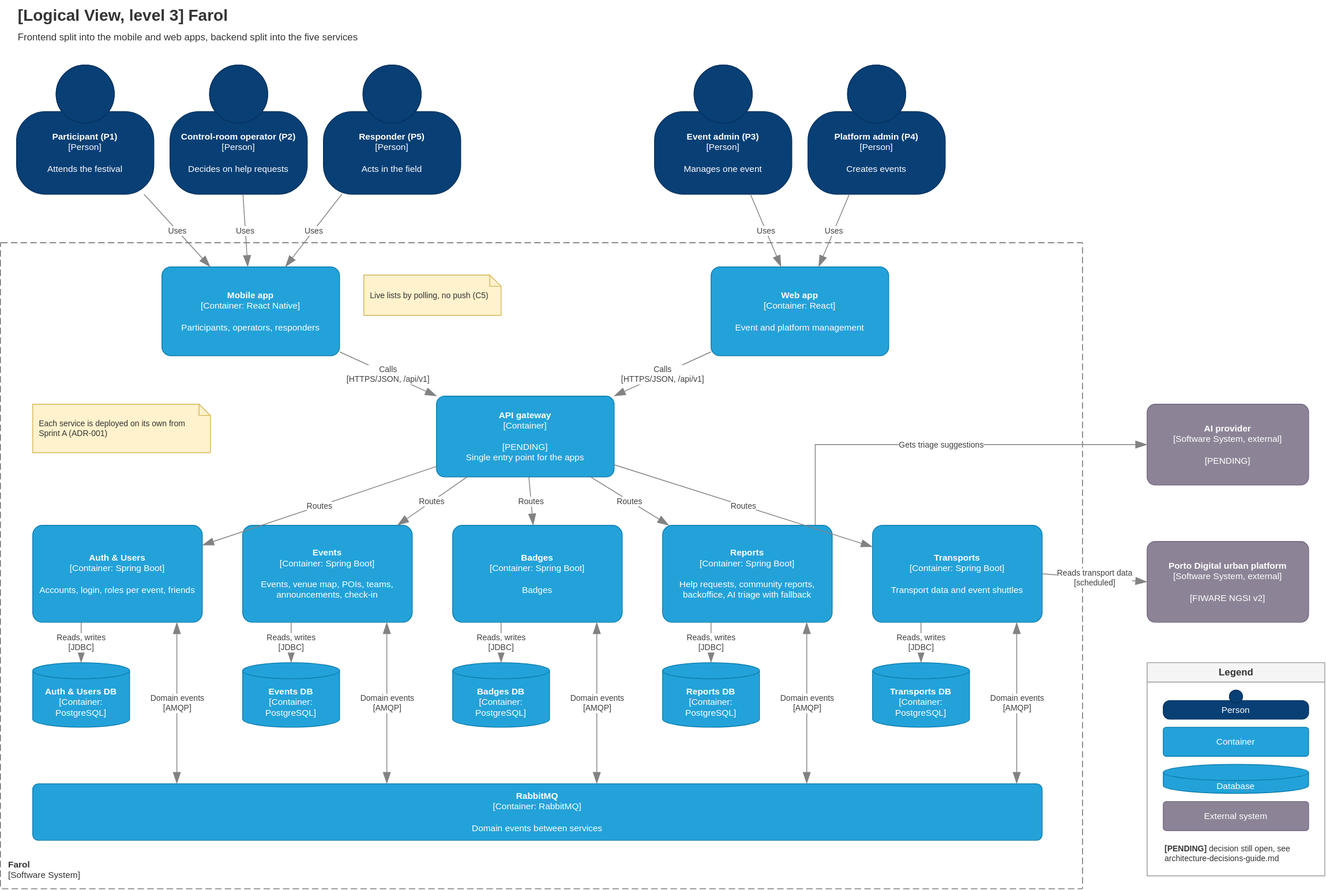
Earlier version of the draw.io export Docs/Technical/diagrams/logical-view-level-3.drawio.svg (tomasoliveira21/LABDSOF). Source tidied: cells renumbered, new cells last; positions are measured from the earlier drawing's top-left corner, leaving out a move shared by most shapes.
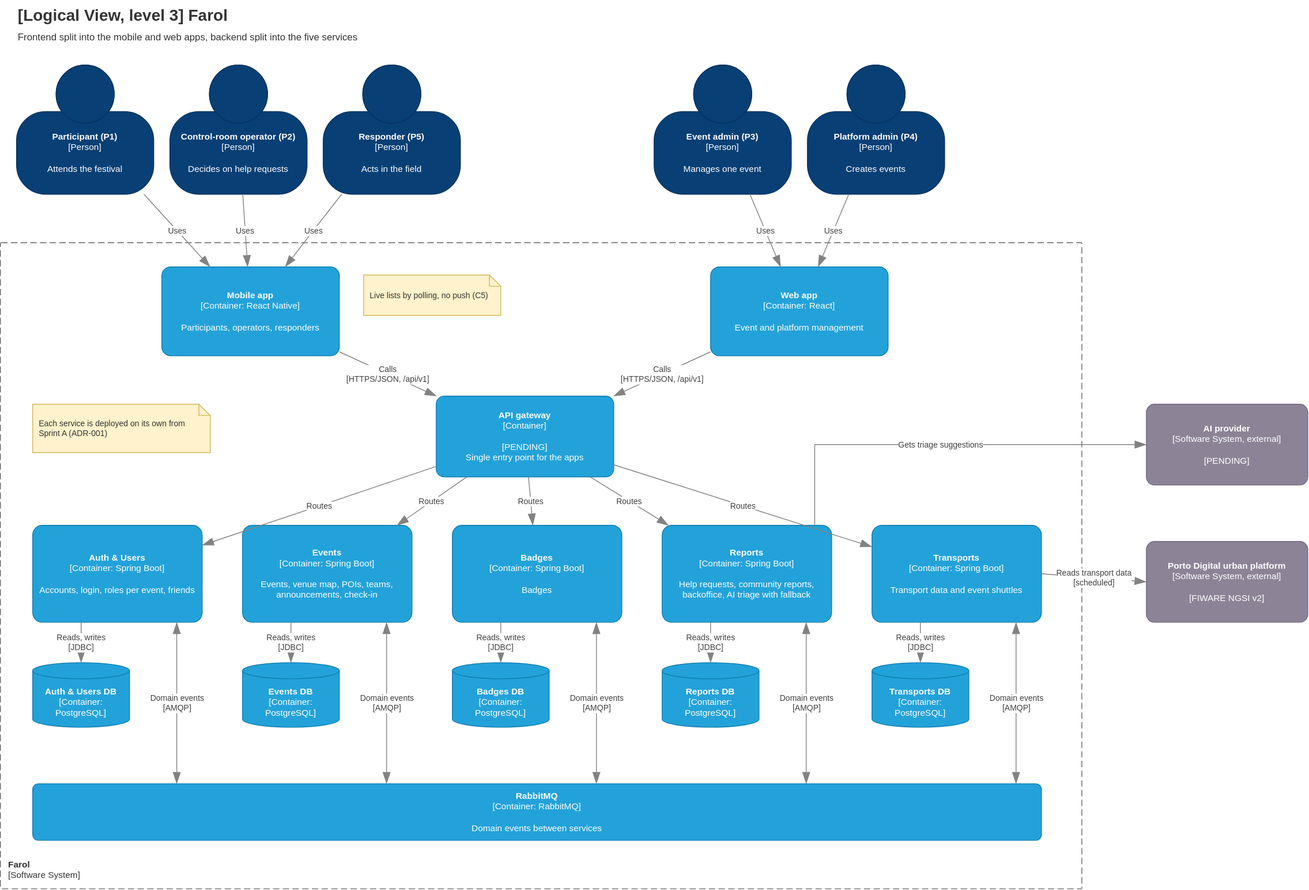
Later version of the same file.

Change to the diagram source:
```diff
@@ -149,23 +149,5 @@
     <mxCell id="50" value="Each service is deployed on its own from Sprint A (ADR-001)" style="shape=note;size=14;whiteSpace=wrap;html=1;fillColor=#fff2cc;strokeColor=#d6b656;fontColor=#333333;align=left;spacing=8;fontSize=10;" parent="1" vertex="1">
       <mxGeometry x="40" y="500" width="220" height="60" as="geometry" />
     </mxCell>
-    <mxCell id="51" value="&lt;b&gt;Legend&lt;/b&gt;" style="swimlane;startSize=24;html=1;fontSize=12;fillColor=#f5f5f5;strokeColor=#999999;fontColor=#333333;" parent="1" vertex="1">
-      <mxGeometry x="1420" y="820" width="220" height="264" as="geometry" />
-    </mxCell>
-    <mxCell id="52" value="Person" style="html=1;fontSize=11;whiteSpace=wrap;fillColor=#083F75;strokeColor=#06315C;fontColor=#ffffff;shape=mxgraph.c4.person2;align=center;verticalAlign=middle;spacingTop=0;spacing=2;" parent="51" vertex="1">
-      <mxGeometry x="20" y="34" width="180" height="36" as="geometry" />
-    </mxCell>
-    <mxCell id="53" value="Container" style="rounded=1;whiteSpace=wrap;html=1;fillColor=#23A2D9;fontColor=#ffffff;arcSize=10;strokeColor=#0E7DAD;fontSize=11;verticalAlign=middle;spacingTop=0;spacing=2;" parent="51" vertex="1">
-      <mxGeometry x="20" y="80" width="180" height="36" as="geometry" />
-    </mxCell>
-    <mxCell id="54" value="Database" style="shape=cylinder3;size=10;boundedLbl=1;whiteSpace=wrap;html=1;fillColor=#23A2D9;fontColor=#ffffff;strokeColor=#0E7DAD;fontSize=11;verticalAlign=middle;spacingTop=0;spacing=2;" parent="51" vertex="1">
-      <mxGeometry x="20" y="126" width="180" height="36" as="geometry" />
-    </mxCell>
-    <mxCell id="55" value="External system" style="rounded=1;whiteSpace=wrap;html=1;fillColor=#8C8496;fontColor=#ffffff;arcSize=10;strokeColor=#736782;fontSize=11;verticalAlign=middle;spacingTop=0;spacing=2;" parent="51" vertex="1">
-      <mxGeometry x="20" y="172" width="180" height="36" as="geometry" />
-    </mxCell>
-    <mxCell id="56" value="&lt;b&gt;[PENDING]&lt;/b&gt; decision still open, see architecture-decisions-guide.md" style="text;html=1;whiteSpace=wrap;align=left;verticalAlign=top;fontColor=#333333;fontSize=10;verticalAlign=middle;spacingTop=0;spacing=2;" parent="51" vertex="1">
-      <mxGeometry x="20" y="218" width="180" height="36" as="geometry" />
-    </mxCell>
   </root>
 </mxGraphModel>
```
